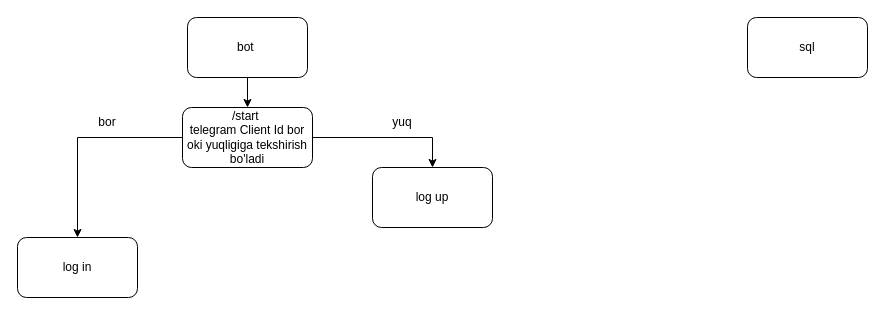
Earlier version of the draw.io diagram TheConversationsBot/Untitled Diagram.drawio (G1-Group/TheConversationsBot). Source tidied: cells renumbered, new cells numbered last; positions are measured from the earlier drawing's top-left corner, leaving out a move shared by most shapes. Both pictures are drawn from the tidied source at 100%, with x=0, y=0 at pixel (17, 17).
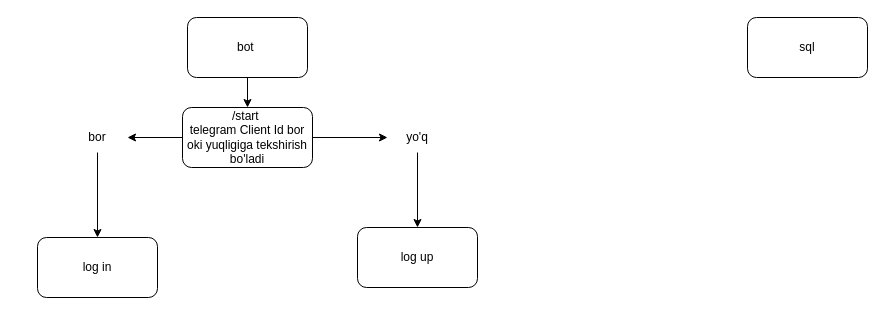
Above is the later version.

The edit, as a diff of the source:
```diff
@@
 <mxGraphModel>
   <root>
     <mxCell id="0" />
     <mxCell id="1" parent="0" />
     <mxCell id="2" style="edgeStyle=orthogonalEdgeStyle;rounded=0;jettySize=auto;html=1;" parent="1" edge="1" source="3" target="7">
       <mxGeometry relative="1" as="geometry" />
     </mxCell>
     <mxCell id="3" value="bot&amp;nbsp;" style="rounded=1;whiteSpace=wrap;html=1;" parent="1" vertex="1">
       <mxGeometry x="170" width="120" height="60" as="geometry" />
     </mxCell>
     <mxCell id="4" value="sql" style="rounded=1;whiteSpace=wrap;html=1;" parent="1" vertex="1">
       <mxGeometry x="730" width="120" height="60" as="geometry" />
     </mxCell>
-    <mxCell id="5" style="edgeStyle=orthogonalEdgeStyle;rounded=0;jettySize=auto;html=1;entryX=0.5;entryY=0;entryDx=0;entryDy=0;" parent="1" edge="1" source="7" target="9">
-      <mxGeometry relative="1" as="geometry" />
-    </mxCell>
-    <mxCell id="6" style="edgeStyle=orthogonalEdgeStyle;rounded=0;jettySize=auto;html=1;entryX=0.5;entryY=0;entryDx=0;entryDy=0;" parent="1" edge="1" source="7" target="8">
-      <mxGeometry relative="1" as="geometry" />
-    </mxCell>
+    <mxCell id="12" style="edgeStyle=orthogonalEdgeStyle;rounded=0;jettySize=auto;html=1;" parent="1" edge="1" source="7" target="11">
+      <mxGeometry relative="1" as="geometry" />
+    </mxCell>
+    <mxCell id="13" style="edgeStyle=orthogonalEdgeStyle;rounded=0;jettySize=auto;html=1;entryX=1;entryY=0.5;entryDx=0;entryDy=0;" parent="1" edge="1" source="7" target="10">
+      <mxGeometry relative="1" as="geometry" />
+    </mxCell>
     <mxCell id="7" value="/start&amp;nbsp;&lt;br&gt;telegram Client Id bor oki yuqligiga tekshirish bo'ladi" style="rounded=1;whiteSpace=wrap;html=1;" parent="1" vertex="1">
       <mxGeometry x="165" y="90" width="130" height="60" as="geometry" />
     </mxCell>
     <mxCell id="8" value="log up" style="rounded=1;whiteSpace=wrap;html=1;" parent="1" vertex="1">
-      <mxGeometry x="355" y="150" width="120" height="60" as="geometry" />
+      <mxGeometry x="340" y="210" width="120" height="60" as="geometry" />
     </mxCell>
     <mxCell id="9" value="log in" style="rounded=1;whiteSpace=wrap;html=1;" parent="1" vertex="1">
-      <mxGeometry y="220" width="120" height="60" as="geometry" />
+      <mxGeometry x="20" y="220" width="120" height="60" as="geometry" />
     </mxCell>
+    <mxCell id="14" style="edgeStyle=orthogonalEdgeStyle;rounded=0;jettySize=auto;html=1;" parent="1" edge="1" source="10" target="9">
+      <mxGeometry relative="1" as="geometry" />
+    </mxCell>
     <mxCell id="10" value="bor" style="text;html=1;strokeColor=none;fillColor=none;align=center;verticalAlign=middle;whiteSpace=wrap;rounded=0;" parent="1" vertex="1">
-      <mxGeometry x="60" y="90" width="60" height="30" as="geometry" />
+      <mxGeometry x="50" y="105" width="60" height="30" as="geometry" />
     </mxCell>
+    <mxCell id="15" style="edgeStyle=orthogonalEdgeStyle;rounded=0;jettySize=auto;html=1;entryX=0.5;entryY=0;entryDx=0;entryDy=0;" parent="1" edge="1" source="11" target="8">
+      <mxGeometry relative="1" as="geometry" />
+    </mxCell>
-    <mxCell id="11" value="yuq" style="text;html=1;strokeColor=none;fillColor=none;align=center;verticalAlign=middle;whiteSpace=wrap;rounded=0;" parent="1" vertex="1">
-      <mxGeometry x="355" y="90" width="60" height="30" as="geometry" />
+    <mxCell id="11" value="yo'q" style="text;html=1;strokeColor=none;fillColor=none;align=center;verticalAlign=middle;whiteSpace=wrap;rounded=0;" parent="1" vertex="1">
+      <mxGeometry x="370" y="105" width="60" height="30" as="geometry" />
     </mxCell>
   </root>
 </mxGraphModel>
```
